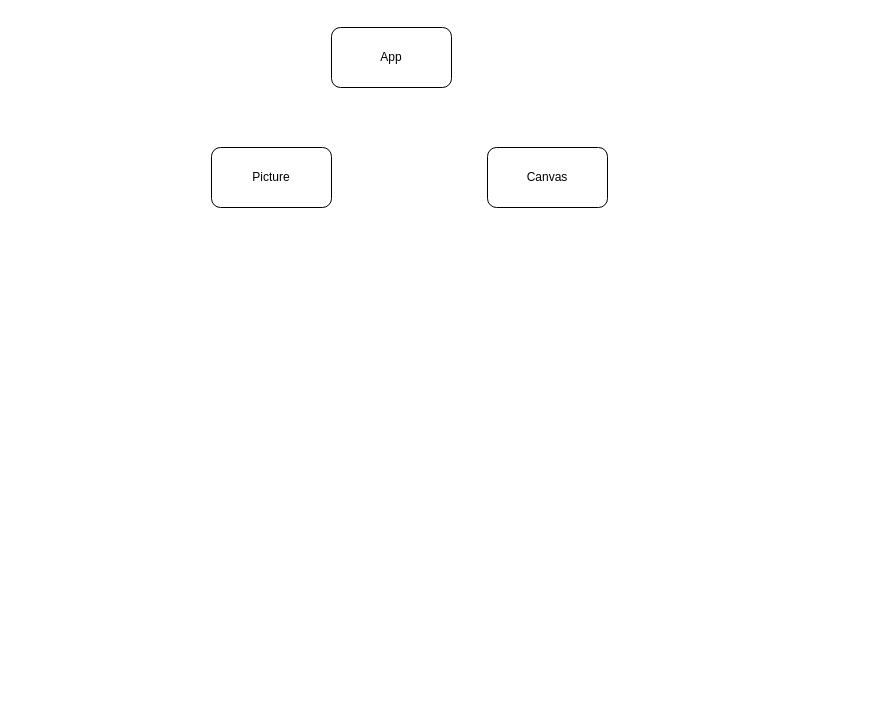
This is drawing_game.drawio from paulg44/drawing_game, a draw.io file, before an edit. Source tidied: cells renumbered, new cells numbered last; positions are measured from the earlier drawing's top-left corner, leaving out a move shared by most shapes. Both pictures are drawn from the tidied source at 100%, with x=0, y=0 at pixel (211, 27).
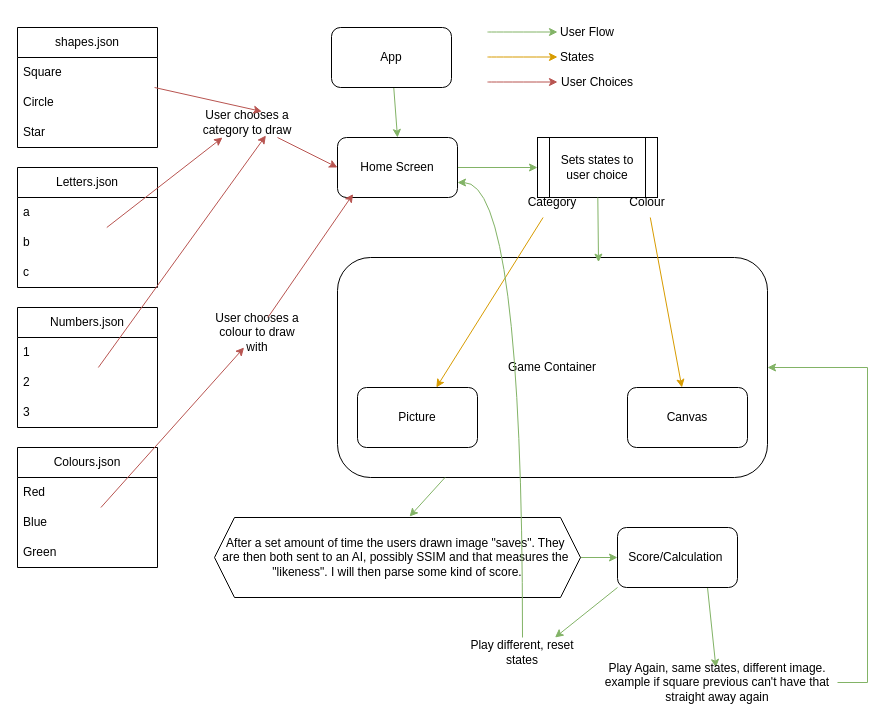
The same page after the edit.

Unchanged cells that the change refers to:
```xml
<mxCell id="2" value="App" style="rounded=1;whiteSpace=wrap;html=1;" parent="1" vertex="1">
  <mxGeometry x="120" width="120" height="60" as="geometry" />
</mxCell>
```

Change to the diagram source:
```diff
@@
+    <mxCell id="5" value="Game Container" style="rounded=1;whiteSpace=wrap;html=1;" parent="1" vertex="1">
+      <mxGeometry x="126" y="230" width="430" height="220" as="geometry" />
+    </mxCell>
+    <mxCell id="6" style="edgeStyle=none;rounded=0;jettySize=auto;html=1;entryX=0.5;entryY=0;entryDx=0;entryDy=0;fillColor=#d5e8d4;strokeColor=#82b366;" parent="1" edge="1" source="2" target="8">
+      <mxGeometry relative="1" as="geometry" />
+    </mxCell>
@@
     <mxCell id="3" value="Canvas" style="rounded=1;whiteSpace=wrap;html=1;" parent="1" vertex="1">
-      <mxGeometry x="276" y="120" width="120" height="60" as="geometry" />
+      <mxGeometry x="416" y="360" width="120" height="60" as="geometry" />
     </mxCell>
     <mxCell id="4" value="Picture" style="rounded=1;whiteSpace=wrap;html=1;" parent="1" vertex="1">
-      <mxGeometry y="120" width="120" height="60" as="geometry" />
+      <mxGeometry x="146" y="360" width="120" height="60" as="geometry" />
     </mxCell>
+    <mxCell id="7" style="edgeStyle=none;rounded=0;jettySize=auto;html=1;fillColor=#d5e8d4;strokeColor=#82b366;" parent="1" edge="1" source="8" target="33">
+      <mxGeometry relative="1" as="geometry" />
+    </mxCell>
+    <mxCell id="8" value="Home Screen" style="rounded=1;whiteSpace=wrap;html=1;" parent="1" vertex="1">
+      <mxGeometry x="126" y="110" width="120" height="60" as="geometry" />
+    </mxCell>
+    <mxCell id="9" value="shapes.json" style="swimlane;fontStyle=0;horizontal=1;startSize=30;whiteSpace=wrap;html=1;" parent="1" vertex="1">
+      <mxGeometry x="-194" width="140" height="120" as="geometry" />
+    </mxCell>
+    <mxCell id="10" value="Square" style="text;strokeColor=none;fillColor=none;align=left;verticalAlign=middle;spacingLeft=4;spacingRight=4;overflow=hidden;points=[[0,0.5],[1,0.5]];portConstraint=eastwest;whiteSpace=wrap;html=1;" parent="9" vertex="1">
+      <mxGeometry y="30" width="140" height="30" as="geometry" />
+    </mxCell>
+    <mxCell id="11" value="Circle" style="text;strokeColor=none;fillColor=none;align=left;verticalAlign=middle;spacingLeft=4;spacingRight=4;overflow=hidden;whiteSpace=wrap;html=1;" parent="9" vertex="1">
+      <mxGeometry y="60" width="140" height="30" as="geometry" />
+    </mxCell>
+    <mxCell id="12" value="Star" style="text;strokeColor=none;fillColor=none;align=left;verticalAlign=middle;spacingLeft=4;spacingRight=4;overflow=hidden;whiteSpace=wrap;html=1;" parent="9" vertex="1">
+      <mxGeometry y="90" width="140" height="30" as="geometry" />
+    </mxCell>
+    <mxCell id="13" value="Letters.json" style="swimlane;fontStyle=0;horizontal=1;startSize=30;whiteSpace=wrap;html=1;" parent="1" vertex="1">
+      <mxGeometry x="-194" y="140" width="140" height="120" as="geometry" />
+    </mxCell>
+    <mxCell id="14" value="a" style="text;strokeColor=none;fillColor=none;align=left;verticalAlign=middle;spacingLeft=4;spacingRight=4;overflow=hidden;whiteSpace=wrap;html=1;" parent="13" vertex="1">
+      <mxGeometry y="30" width="140" height="30" as="geometry" />
+    </mxCell>
+    <mxCell id="15" value="b" style="text;strokeColor=none;fillColor=none;align=left;verticalAlign=middle;spacingLeft=4;spacingRight=4;overflow=hidden;points=[[0,0.5],[1,0.5]];portConstraint=eastwest;whiteSpace=wrap;html=1;" parent="13" vertex="1">
+      <mxGeometry y="60" width="140" height="30" as="geometry" />
+    </mxCell>
+    <mxCell id="16" value="c" style="text;strokeColor=none;fillColor=none;align=left;verticalAlign=middle;spacingLeft=4;spacingRight=4;overflow=hidden;whiteSpace=wrap;html=1;" parent="13" vertex="1">
+      <mxGeometry y="90" width="140" height="30" as="geometry" />
+    </mxCell>
+    <mxCell id="17" value="Numbers.json" style="swimlane;fontStyle=0;horizontal=1;startSize=30;whiteSpace=wrap;html=1;" parent="1" vertex="1">
+      <mxGeometry x="-194" y="280" width="140" height="120" as="geometry" />
+    </mxCell>
+    <mxCell id="18" value="1" style="text;strokeColor=none;fillColor=none;align=left;verticalAlign=middle;spacingLeft=4;spacingRight=4;overflow=hidden;whiteSpace=wrap;html=1;" parent="17" vertex="1">
+      <mxGeometry y="30" width="140" height="30" as="geometry" />
+    </mxCell>
+    <mxCell id="19" value="2" style="text;strokeColor=none;fillColor=none;align=left;verticalAlign=middle;spacingLeft=4;spacingRight=4;overflow=hidden;points=[[0,0.5],[1,0.5]];portConstraint=eastwest;whiteSpace=wrap;html=1;" parent="17" vertex="1">
+      <mxGeometry y="60" width="140" height="30" as="geometry" />
+    </mxCell>
+    <mxCell id="20" value="3" style="text;strokeColor=none;fillColor=none;align=left;verticalAlign=middle;spacingLeft=4;spacingRight=4;overflow=hidden;whiteSpace=wrap;html=1;" parent="17" vertex="1">
+      <mxGeometry y="90" width="140" height="30" as="geometry" />
+    </mxCell>
+    <mxCell id="21" value="Colours.json" style="swimlane;fontStyle=0;horizontal=1;startSize=30;whiteSpace=wrap;html=1;" parent="1" vertex="1">
+      <mxGeometry x="-194" y="420" width="140" height="120" as="geometry" />
+    </mxCell>
+    <mxCell id="22" value="Red&lt;span style=&quot;white-space: pre;&quot;&gt;&#9;&lt;/span&gt;" style="text;strokeColor=none;fillColor=none;align=left;verticalAlign=middle;spacingLeft=4;spacingRight=4;overflow=hidden;whiteSpace=wrap;html=1;" parent="21" vertex="1">
+      <mxGeometry y="30" width="140" height="30" as="geometry" />
+    </mxCell>
+    <mxCell id="23" value="Blue" style="text;strokeColor=none;fillColor=none;align=left;verticalAlign=middle;spacingLeft=4;spacingRight=4;overflow=hidden;points=[[0,0.5],[1,0.5]];portConstraint=eastwest;whiteSpace=wrap;html=1;" parent="21" vertex="1">
+      <mxGeometry y="60" width="140" height="30" as="geometry" />
+    </mxCell>
+    <mxCell id="24" value="Green" style="text;strokeColor=none;fillColor=none;align=left;verticalAlign=middle;spacingLeft=4;spacingRight=4;overflow=hidden;whiteSpace=wrap;html=1;" parent="21" vertex="1">
+      <mxGeometry y="90" width="140" height="30" as="geometry" />
+    </mxCell>
+    <mxCell id="25" style="edgeStyle=none;rounded=0;jettySize=auto;html=1;entryX=0;entryY=0.5;entryDx=0;entryDy=0;fillColor=#f8cecc;strokeColor=#b85450;" parent="1" edge="1" source="26" target="8">
+      <mxGeometry relative="1" as="geometry" />
+    </mxCell>
+    <mxCell id="26" value="User chooses a category to draw" style="text;html=1;align=center;verticalAlign=middle;whiteSpace=wrap;rounded=0;" parent="1" vertex="1">
+      <mxGeometry x="-14" y="80" width="100" height="30" as="geometry" />
+    </mxCell>
+    <mxCell id="27" style="edgeStyle=none;rounded=0;jettySize=auto;html=1;entryX=0.644;entryY=0.133;entryDx=0;entryDy=0;entryPerimeter=0;fillColor=#f8cecc;strokeColor=#b85450;" parent="1" edge="1" source="10" target="26">
+      <mxGeometry relative="1" as="geometry" />
+    </mxCell>
+    <mxCell id="28" style="edgeStyle=none;rounded=0;jettySize=auto;html=1;entryX=0.684;entryY=0.933;entryDx=0;entryDy=0;entryPerimeter=0;fillColor=#f8cecc;strokeColor=#b85450;" parent="1" edge="1" source="19" target="26">
+      <mxGeometry relative="1" as="geometry" />
+    </mxCell>
+    <mxCell id="29" style="edgeStyle=none;rounded=0;jettySize=auto;html=1;entryX=0.25;entryY=1;entryDx=0;entryDy=0;fillColor=#f8cecc;strokeColor=#b85450;" parent="1" edge="1" source="15" target="26">
+      <mxGeometry relative="1" as="geometry" />
+    </mxCell>
+    <mxCell id="30" value="User chooses a colour to draw with" style="text;html=1;align=center;verticalAlign=middle;whiteSpace=wrap;rounded=0;" parent="1" vertex="1">
+      <mxGeometry x="-4" y="290" width="100" height="30" as="geometry" />
+    </mxCell>
+    <mxCell id="31" style="edgeStyle=none;rounded=0;jettySize=auto;html=1;fillColor=#f8cecc;strokeColor=#b85450;" parent="1" edge="1" source="23" target="30">
+      <mxGeometry relative="1" as="geometry" />
+    </mxCell>
+    <mxCell id="32" style="edgeStyle=none;rounded=0;jettySize=auto;html=1;entryX=0.13;entryY=0.943;entryDx=0;entryDy=0;entryPerimeter=0;fillColor=#f8cecc;strokeColor=#b85450;" parent="1" edge="1" source="30" target="8">
+      <mxGeometry relative="1" as="geometry" />
+    </mxCell>
+    <mxCell id="33" value="Sets states to user choice" style="shape=process;whiteSpace=wrap;html=1;backgroundOutline=1;" parent="1" vertex="1">
+      <mxGeometry x="326" y="110" width="120" height="60" as="geometry" />
+    </mxCell>
+    <mxCell id="34" style="edgeStyle=none;rounded=0;jettySize=auto;html=1;entryX=0.607;entryY=0.021;entryDx=0;entryDy=0;entryPerimeter=0;fillColor=#d5e8d4;strokeColor=#82b366;" parent="1" edge="1" source="33" target="5">
+      <mxGeometry relative="1" as="geometry" />
+    </mxCell>
+    <mxCell id="35" style="edgeStyle=none;rounded=0;jettySize=auto;html=1;fillColor=#ffe6cc;strokeColor=#d79b00;" parent="1" edge="1" source="36" target="4">
+      <mxGeometry relative="1" as="geometry" />
+    </mxCell>
+    <mxCell id="36" value="Category" style="text;html=1;align=center;verticalAlign=middle;whiteSpace=wrap;rounded=0;" parent="1" vertex="1">
+      <mxGeometry x="311" y="160" width="60" height="30" as="geometry" />
+    </mxCell>
+    <mxCell id="37" style="edgeStyle=none;rounded=0;jettySize=auto;html=1;fillColor=#ffe6cc;strokeColor=#d79b00;" parent="1" edge="1" source="38" target="3">
+      <mxGeometry relative="1" as="geometry" />
+    </mxCell>
+    <mxCell id="38" value="Colour" style="text;html=1;align=center;verticalAlign=middle;whiteSpace=wrap;rounded=0;" parent="1" vertex="1">
+      <mxGeometry x="406" y="160" width="60" height="30" as="geometry" />
+    </mxCell>
+    <mxCell id="39" style="edgeStyle=none;rounded=0;jettySize=auto;html=1;entryX=0;entryY=0.5;entryDx=0;entryDy=0;fillColor=#d5e8d4;strokeColor=#82b366;" parent="1" edge="1" source="40" target="44">
+      <mxGeometry relative="1" as="geometry" />
+    </mxCell>
+    <mxCell id="40" value="After a set amount of time the users drawn image &quot;saves&quot;. They&amp;nbsp;&lt;div&gt;are then both sent to an AI, possibly SSIM and that measures the&amp;nbsp;&lt;/div&gt;&lt;div&gt;&quot;likeness&quot;. I will then parse some kind of score.&lt;/div&gt;" style="shape=hexagon;perimeter=hexagonPerimeter2;whiteSpace=wrap;html=1;fixedSize=1;" parent="1" vertex="1">
+      <mxGeometry x="3" y="490" width="366" height="80" as="geometry" />
+    </mxCell>
+    <mxCell id="41" style="edgeStyle=none;rounded=0;jettySize=auto;html=1;exitX=0.25;exitY=1;exitDx=0;exitDy=0;entryX=0.533;entryY=-0.012;entryDx=0;entryDy=0;entryPerimeter=0;fillColor=#d5e8d4;strokeColor=#82b366;" parent="1" edge="1" source="5" target="40">
+      <mxGeometry relative="1" as="geometry" />
+    </mxCell>
+    <mxCell id="42" style="edgeStyle=none;rounded=0;jettySize=auto;html=1;exitX=0.75;exitY=1;exitDx=0;exitDy=0;elbow=vertical;fillColor=#d5e8d4;strokeColor=#82b366;" parent="1" edge="1" source="44" target="46">
+      <mxGeometry relative="1" as="geometry" />
+    </mxCell>
+    <mxCell id="43" style="edgeStyle=none;rounded=0;jettySize=auto;html=1;exitX=0;exitY=1;exitDx=0;exitDy=0;entryX=0.75;entryY=0;entryDx=0;entryDy=0;elbow=vertical;fillColor=#d5e8d4;strokeColor=#82b366;" parent="1" edge="1" source="44" target="48">
+      <mxGeometry relative="1" as="geometry" />
+    </mxCell>
+    <mxCell id="44" value="Score/Calculation&amp;nbsp;" style="rounded=1;whiteSpace=wrap;html=1;" parent="1" vertex="1">
+      <mxGeometry x="406" y="500" width="120" height="60" as="geometry" />
+    </mxCell>
+    <mxCell id="45" style="edgeStyle=entityRelationEdgeStyle;rounded=0;jettySize=auto;html=1;elbow=vertical;fillColor=#d5e8d4;strokeColor=#82b366;" parent="1" edge="1" source="46" target="5">
+      <mxGeometry relative="1" as="geometry" />
+    </mxCell>
+    <mxCell id="46" value="Play Again, same states, different image. example if square previous can't have that straight away again" style="text;html=1;align=center;verticalAlign=middle;whiteSpace=wrap;rounded=0;" parent="1" vertex="1">
+      <mxGeometry x="386" y="640" width="240" height="30" as="geometry" />
+    </mxCell>
+    <mxCell id="47" style="edgeStyle=orthogonalEdgeStyle;curved=1;rounded=0;jettySize=auto;html=1;entryX=1;entryY=0.75;entryDx=0;entryDy=0;elbow=vertical;fillColor=#d5e8d4;strokeColor=#82b366;" parent="1" edge="1" source="48" target="8">
+      <mxGeometry relative="1" as="geometry" />
+    </mxCell>
+    <mxCell id="48" value="Play different, reset states" style="text;html=1;align=center;verticalAlign=middle;whiteSpace=wrap;rounded=0;" parent="1" vertex="1">
+      <mxGeometry x="246" y="610" width="130" height="30" as="geometry" />
+    </mxCell>
+    <mxCell id="49" style="endArrow=classic;html=1;rounded=0;elbow=vertical;curved=1;fillColor=#d5e8d4;strokeColor=#82b366;" parent="1" edge="1">
+      <mxGeometry relative="1" as="geometry">
+        <mxPoint x="276" y="4.5" as="sourcePoint" />
+        <mxPoint x="346" y="4.5" as="targetPoint" />
+      </mxGeometry>
+    </mxCell>
+    <mxCell id="50" style="endArrow=classic;html=1;rounded=0;elbow=vertical;curved=1;fillColor=#ffe6cc;strokeColor=#d79b00;" parent="1" edge="1">
+      <mxGeometry relative="1" as="geometry">
+        <mxPoint x="276" y="29.5" as="sourcePoint" />
+        <mxPoint x="346" y="29.5" as="targetPoint" />
+      </mxGeometry>
+    </mxCell>
+    <mxCell id="51" style="endArrow=classic;html=1;rounded=0;elbow=vertical;curved=1;fillColor=#f8cecc;strokeColor=#b85450;" parent="1" edge="1">
+      <mxGeometry relative="1" as="geometry">
+        <mxPoint x="276" y="54.5" as="sourcePoint" />
+        <mxPoint x="346" y="54.5" as="targetPoint" />
+      </mxGeometry>
+    </mxCell>
+    <mxCell id="52" value="User Flow" style="text;html=1;align=center;verticalAlign=middle;whiteSpace=wrap;rounded=0;" parent="1" vertex="1">
+      <mxGeometry x="346" y="-10" width="60" height="30" as="geometry" />
+    </mxCell>
+    <mxCell id="53" value="States" style="text;html=1;align=center;verticalAlign=middle;whiteSpace=wrap;rounded=0;" parent="1" vertex="1">
+      <mxGeometry x="336" y="15" width="60" height="30" as="geometry" />
+    </mxCell>
+    <mxCell id="54" value="User Choices" style="text;html=1;align=center;verticalAlign=middle;whiteSpace=wrap;rounded=0;" parent="1" vertex="1">
+      <mxGeometry x="336" y="40" width="100" height="30" as="geometry" />
+    </mxCell>
```
